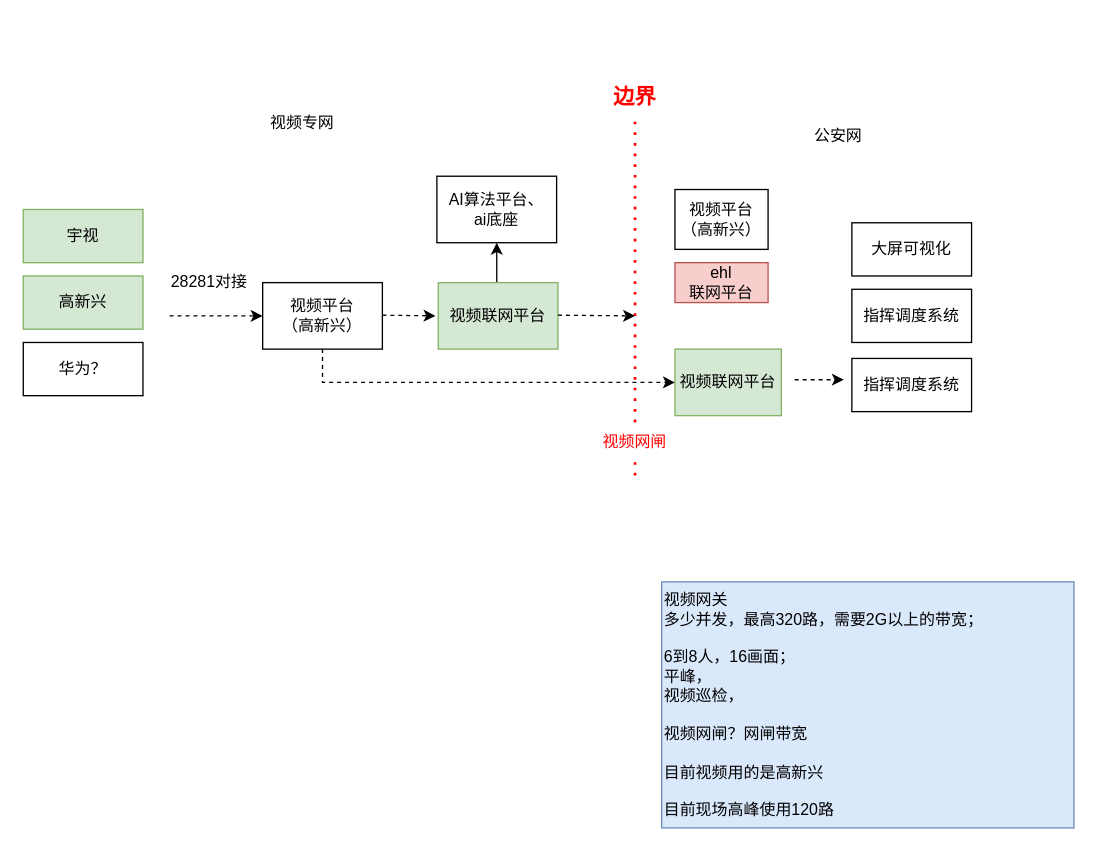
bj-ehualu/drawio keeps this draw.io diagram as page "视频对接" (6 of 7) of 应用基线产品架构.drawio. Above is the earlier version. Source tidied: cells renumbered, new cells numbered last; positions are measured from the earlier drawing's top-left corner, leaving out a move shared by most shapes. Both pictures are drawn from the tidied source at 133%, with x=0, y=0 at pixel (23, 76).
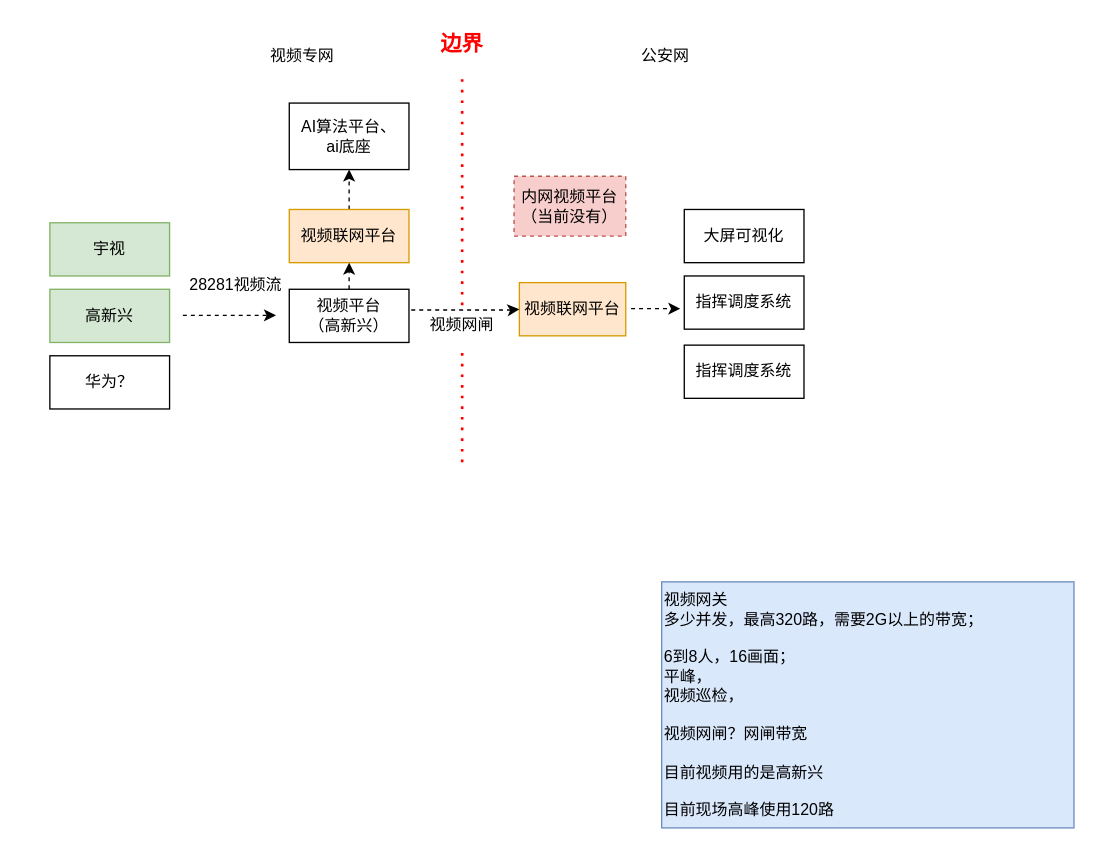
The same page after the edit.

Commit message:
更新应用基线产品架构.drawio

The edit, as a diff of the source:
```diff
@@
     <mxCell id="2" value="视频平台&lt;div&gt;（高新兴）&lt;/div&gt;" style="rounded=0;whiteSpace=wrap;html=1;" parent="1" vertex="1">
-      <mxGeometry x="180" y="155" width="90" height="50" as="geometry" />
+      <mxGeometry x="200" y="160" width="90" height="40" as="geometry" />
     </mxCell>
     <mxCell id="3" style="endArrow=none;dashed=1;html=1;dashPattern=1 3;strokeWidth=2;rounded=0;strokeColor=#FF0000;" parent="1" edge="1" source="25">
       <mxGeometry relative="1" as="geometry">
-        <mxPoint x="460" y="30" as="targetPoint" />
+        <mxPoint x="330" as="targetPoint" />
       </mxGeometry>
     </mxCell>
     <mxCell id="4" value="视频专网" style="text;html=1;align=center;verticalAlign=middle;whiteSpace=wrap;rounded=0;" parent="1" vertex="1">
-      <mxGeometry x="180" y="20" width="60" height="30" as="geometry" />
+      <mxGeometry x="180" y="-30" width="60" height="30" as="geometry" />
     </mxCell>
     <mxCell id="5" value="公安网" style="text;html=1;align=center;verticalAlign=middle;whiteSpace=wrap;rounded=0;" parent="1" vertex="1">
-      <mxGeometry x="583" y="30" width="60" height="30" as="geometry" />
+      <mxGeometry x="453" y="-30" width="60" height="30" as="geometry" />
     </mxCell>
-    <mxCell id="6" value="视频平台&lt;div&gt;（高新兴）&lt;/div&gt;" style="rounded=0;whiteSpace=wrap;html=1;" parent="1" vertex="1">
-      <mxGeometry x="490" y="85" width="70" height="45" as="geometry" />
+    <mxCell id="6" value="内网视频平台&lt;div&gt;（当前没有）&lt;/div&gt;" style="rounded=0;whiteSpace=wrap;html=1;dashed=1;fillColor=#f8cecc;strokeColor=#b85450;" parent="1" vertex="1">
+      <mxGeometry x="369" y="75" width="84" height="45" as="geometry" />
     </mxCell>
     <mxCell id="7" value="宇视" style="rounded=0;whiteSpace=wrap;html=1;fillColor=#d5e8d4;strokeColor=#82b366;" parent="1" vertex="1">
-      <mxGeometry y="100" width="90" height="40" as="geometry" />
+      <mxGeometry x="20" y="110" width="90" height="40" as="geometry" />
     </mxCell>
     <mxCell id="8" value="高新兴" style="rounded=0;whiteSpace=wrap;html=1;fillColor=#d5e8d4;strokeColor=#82b366;" parent="1" vertex="1">
-      <mxGeometry y="150" width="90" height="40" as="geometry" />
+      <mxGeometry x="20" y="160" width="90" height="40" as="geometry" />
     </mxCell>
     <mxCell id="9" value="华为？" style="rounded=0;whiteSpace=wrap;html=1;" parent="1" vertex="1">
-      <mxGeometry y="200" width="90" height="40" as="geometry" />
+      <mxGeometry x="20" y="210" width="90" height="40" as="geometry" />
     </mxCell>
     <mxCell id="10" value="指挥调度系统" style="rounded=0;whiteSpace=wrap;html=1;" parent="1" vertex="1">
-      <mxGeometry x="623" y="160" width="90" height="40" as="geometry" />
+      <mxGeometry x="497" y="150" width="90" height="40" as="geometry" />
     </mxCell>
     <mxCell id="11" value="大屏可视化" style="rounded=0;whiteSpace=wrap;html=1;" parent="1" vertex="1">
-      <mxGeometry x="623" y="110" width="90" height="40" as="geometry" />
+      <mxGeometry x="497" y="100" width="90" height="40" as="geometry" />
     </mxCell>
     <mxCell id="12" value="边界" style="text;html=1;align=center;verticalAlign=middle;whiteSpace=wrap;rounded=0;fontSize=16;fontStyle=1;fontColor=#FF0000;" parent="1" vertex="1">
-      <mxGeometry x="430" width="60" height="30" as="geometry" />
+      <mxGeometry x="300" y="-40" width="60" height="30" as="geometry" />
     </mxCell>
-    <mxCell id="13" value="28281对接" style="text;html=1;align=center;verticalAlign=middle;whiteSpace=wrap;rounded=0;" parent="1" vertex="1">
-      <mxGeometry x="110" y="140" width="60" height="30" as="geometry" />
+    <mxCell id="13" value="28281视频流" style="text;html=1;align=center;verticalAlign=middle;whiteSpace=wrap;rounded=0;" parent="1" vertex="1">
+      <mxGeometry x="120" y="142" width="80" height="30" as="geometry" />
     </mxCell>
     <mxCell id="14" style="endArrow=classic;html=1;rounded=0;dashed=1;" parent="1" edge="1">
       <mxGeometry relative="1" as="geometry">
-        <mxPoint x="110" y="180" as="sourcePoint" />
-        <mxPoint x="180" y="180" as="targetPoint" />
+        <mxPoint x="120" y="179.6" as="sourcePoint" />
+        <mxPoint x="190" y="179.6" as="targetPoint" />
       </mxGeometry>
     </mxCell>
     <mxCell id="15" value="指挥调度系统" style="rounded=0;whiteSpace=wrap;html=1;" parent="1" vertex="1">
-      <mxGeometry x="623" y="212" width="90" height="40" as="geometry" />
+      <mxGeometry x="497" y="202" width="90" height="40" as="geometry" />
     </mxCell>
@@
-    <mxCell id="17" value="ehl&lt;div&gt;联网平台&lt;/div&gt;" style="rounded=0;whiteSpace=wrap;html=1;fillColor=#f8cecc;strokeColor=#b85450;" parent="1" vertex="1">
-      <mxGeometry x="490" y="140" width="70" height="30" as="geometry" />
-    </mxCell>
     <mxCell id="18" value="&lt;div&gt;AI算法平台、&lt;br&gt;&lt;/div&gt;ai底座" style="rounded=0;whiteSpace=wrap;html=1;" parent="1" vertex="1">
-      <mxGeometry x="311" y="75" width="90" height="50" as="geometry" />
+      <mxGeometry x="200" y="20" width="90" height="50" as="geometry" />
     </mxCell>
-    <mxCell id="19" style="endArrow=classic;html=1;rounded=0;entryX=0.5;entryY=1;entryDx=0;entryDy=0;" parent="1" edge="1" target="18">
-      <mxGeometry relative="1" as="geometry">
-        <mxPoint x="356" y="155" as="sourcePoint" />
-      </mxGeometry>
+    <mxCell id="19" style="endArrow=classic;html=1;rounded=0;entryX=0.5;entryY=1;entryDx=0;entryDy=0;exitX=0.5;exitY=0;exitDx=0;exitDy=0;dashed=1;" parent="1" edge="1" source="20" target="18">
+      <mxGeometry relative="1" as="geometry" />
     </mxCell>
-    <mxCell id="20" value="视频联网平台" style="rounded=0;whiteSpace=wrap;html=1;fillColor=#d5e8d4;strokeColor=#82b366;" parent="1" vertex="1">
-      <mxGeometry x="312" y="155" width="90" height="50" as="geometry" />
+    <mxCell id="20" value="视频联网平台" style="rounded=0;whiteSpace=wrap;html=1;fillColor=#ffe6cc;strokeColor=#d79b00;" parent="1" vertex="1">
+      <mxGeometry x="200" y="100" width="90" height="40" as="geometry" />
     </mxCell>
-    <mxCell id="21" style="endArrow=classic;html=1;rounded=0;dashed=1;" parent="1" edge="1">
-      <mxGeometry relative="1" as="geometry">
-        <mxPoint x="270" y="179.5" as="sourcePoint" />
-        <mxPoint x="310" y="180" as="targetPoint" />
-      </mxGeometry>
+    <mxCell id="21" style="endArrow=classic;html=1;rounded=0;dashed=1;exitX=0.5;exitY=0;exitDx=0;exitDy=0;entryX=0.5;entryY=1;entryDx=0;entryDy=0;" parent="1" edge="1" source="2" target="20">
+      <mxGeometry relative="1" as="geometry" />
     </mxCell>
-    <mxCell id="22" style="endArrow=classic;html=1;rounded=0;dashed=1;" parent="1" edge="1">
-      <mxGeometry relative="1" as="geometry">
-        <mxPoint x="402" y="179.5" as="sourcePoint" />
-        <mxPoint x="460" y="180" as="targetPoint" />
-      </mxGeometry>
-    </mxCell>
-    <mxCell id="23" value="视频联网平台" style="rounded=0;whiteSpace=wrap;html=1;fillColor=#d5e8d4;strokeColor=#82b366;" parent="1" vertex="1">
-      <mxGeometry x="490" y="205" width="80" height="50" as="geometry" />
+    <mxCell id="23" value="视频联网平台" style="rounded=0;whiteSpace=wrap;html=1;fillColor=#ffe6cc;strokeColor=#d79b00;" parent="1" vertex="1">
+      <mxGeometry x="373" y="155" width="80" height="40" as="geometry" />
     </mxCell>
     <mxCell id="24" style="endArrow=none;dashed=1;html=1;dashPattern=1 3;strokeWidth=2;rounded=0;strokeColor=#FF0000;" parent="1" edge="1" target="25">
       <mxGeometry relative="1" as="geometry">
-        <mxPoint x="460" y="300" as="sourcePoint" />
+        <mxPoint x="330" y="290" as="sourcePoint" />
       </mxGeometry>
     </mxCell>
-    <mxCell id="25" value="视频网闸" style="text;html=1;align=center;verticalAlign=middle;whiteSpace=wrap;rounded=0;fontColor=#FF0000;" parent="1" vertex="1">
-      <mxGeometry x="430" y="260" width="60" height="30" as="geometry" />
+    <mxCell id="25" value="视频网闸" style="text;html=1;align=center;verticalAlign=middle;whiteSpace=wrap;rounded=0;fontColor=default;fillColor=none;labelBackgroundColor=none;" parent="1" vertex="1">
+      <mxGeometry x="300" y="172" width="60" height="30" as="geometry" />
     </mxCell>
-    <mxCell id="26" style="endArrow=classic;html=1;rounded=0;entryX=0;entryY=0.5;entryDx=0;entryDy=0;dashed=1;exitX=0.5;exitY=1;exitDx=0;exitDy=0;edgeStyle=orthogonalEdgeStyle;" parent="1" edge="1" source="2" target="23">
+    <mxCell id="26" style="endArrow=classic;html=1;rounded=0;entryX=0;entryY=0.5;entryDx=0;entryDy=0;dashed=1;exitX=1.019;exitY=0.39;exitDx=0;exitDy=0;edgeStyle=orthogonalEdgeStyle;exitPerimeter=0;" parent="1" edge="1" source="2" target="23">
       <mxGeometry relative="1" as="geometry">
         <Array as="points">
-          <mxPoint x="225" y="230" />
-          <mxPoint x="480" y="230" />
+          <mxPoint x="366" y="175" />
         </Array>
       </mxGeometry>
     </mxCell>
     <mxCell id="27" style="endArrow=classic;html=1;rounded=0;dashed=1;" parent="1" edge="1">
       <mxGeometry relative="1" as="geometry">
-        <mxPoint x="580" y="228" as="sourcePoint" />
-        <mxPoint x="617" y="228" as="targetPoint" />
+        <mxPoint x="457" y="174.6" as="sourcePoint" />
+        <mxPoint x="494" y="174.6" as="targetPoint" />
       </mxGeometry>
     </mxCell>
```
